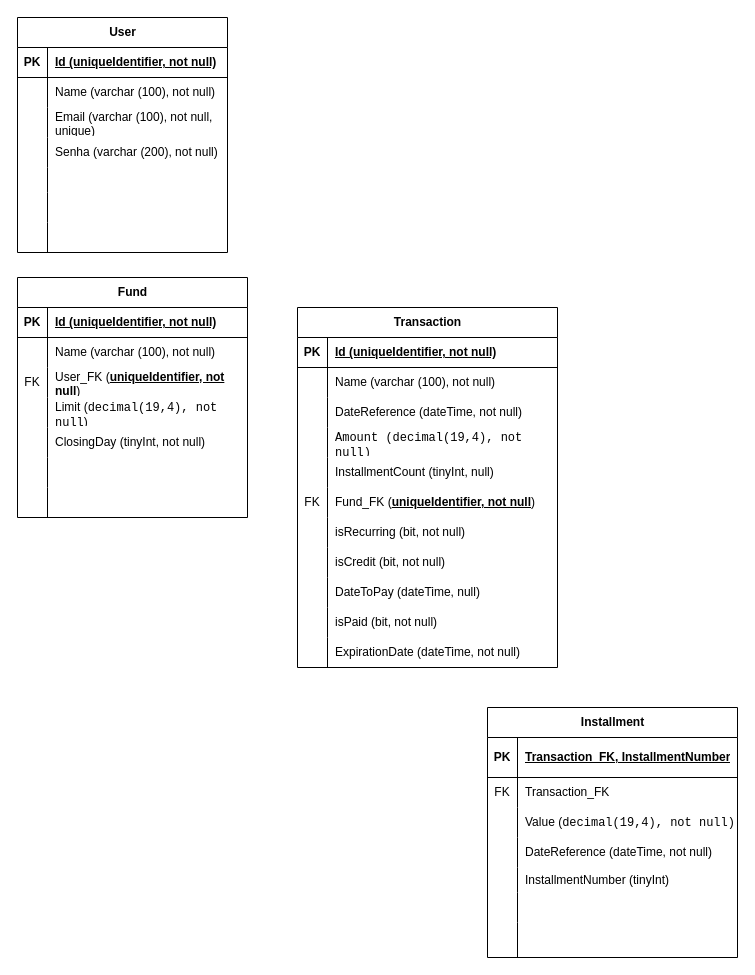
This is page "Página-1" (1 of 2) of docs/eFin.drawio from thavao/Fin, a draw.io file, before an edit. Source tidied: cells renumbered, new cells numbered last; positions are measured from the earlier drawing's top-left corner, leaving out a move shared by most shapes. Both pictures are drawn from the tidied source at 100%, with x=0, y=0 at pixel (17, 17).
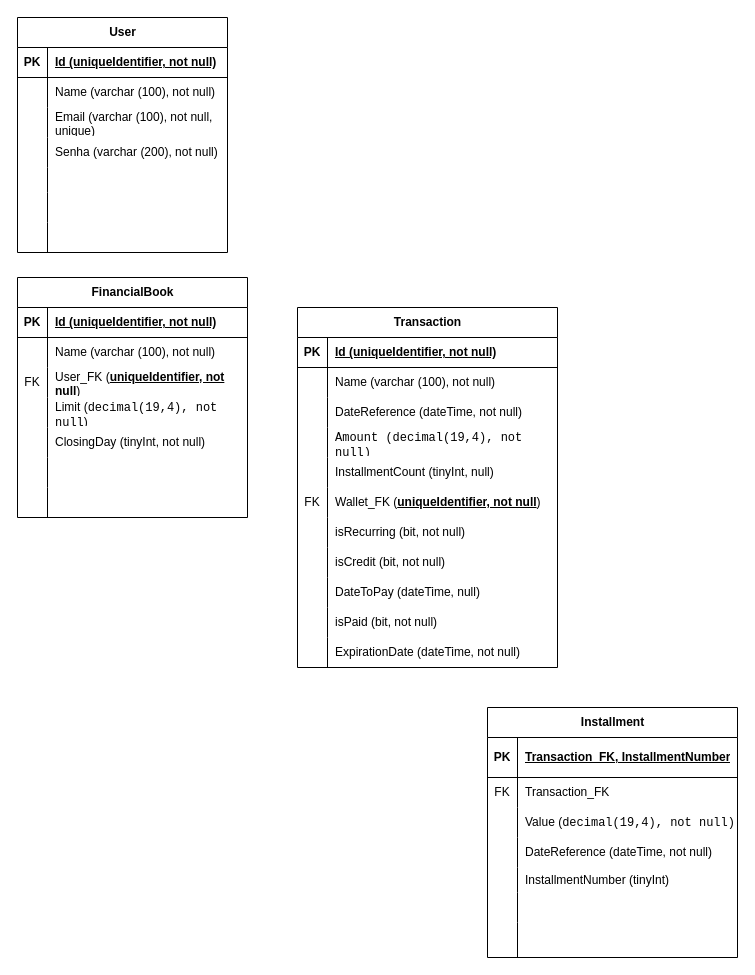
The same page after the edit.

The change refers to these unchanged cells:
```xml
<mxCell id="40" style="shape=tableRow;horizontal=0;startSize=0;swimlaneHead=0;swimlaneBody=0;fillColor=none;top=0;left=0;right=0;bottom=0;" parent="24" vertex="1">
  <mxGeometry y="180" width="260" height="30" as="geometry" />
</mxCell>
```

Diff of the diagram source:
```diff
@@
-    <mxCell id="42" value="F&lt;span style=&quot;background-color: transparent; color: light-dark(rgb(0, 0, 0), rgb(255, 255, 255));&quot;&gt;und_FK (&lt;/span&gt;&lt;span style=&quot;font-weight: 700; text-decoration: underline;&quot;&gt;uniqueIdentifier, not null&lt;/span&gt;&lt;span style=&quot;background-color: transparent; color: light-dark(rgb(0, 0, 0), rgb(255, 255, 255));&quot;&gt;)&lt;/span&gt;" style="shape=partialRectangle;fillColor=none;top=0;left=0;bottom=0;right=0;align=left;spacingLeft=6;overflow=hidden;whiteSpace=wrap;html=1;" parent="40" vertex="1">
+    <mxCell id="42" value="&lt;span style=&quot;background-color: transparent; color: light-dark(rgb(0, 0, 0), rgb(255, 255, 255));&quot;&gt;Wallet_FK (&lt;/span&gt;&lt;span style=&quot;font-weight: 700; text-decoration: underline;&quot;&gt;uniqueIdentifier, not null&lt;/span&gt;&lt;span style=&quot;background-color: transparent; color: light-dark(rgb(0, 0, 0), rgb(255, 255, 255));&quot;&gt;)&lt;/span&gt;" style="shape=partialRectangle;fillColor=none;top=0;left=0;bottom=0;right=0;align=left;spacingLeft=6;overflow=hidden;whiteSpace=wrap;html=1;" parent="40" vertex="1">
       <mxGeometry x="30" width="230" height="30" as="geometry" />
     </mxCell>
@@
-    <mxCell id="58" value="Fund" style="shape=table;startSize=30;childLayout=tableLayout;rowLines=0;fontStyle=1;align=center;html=1;" parent="1" vertex="1">
+    <mxCell id="58" value="FinancialBook" style="shape=table;startSize=30;childLayout=tableLayout;rowLines=0;fontStyle=1;align=center;html=1;" parent="1" vertex="1">
       <mxGeometry y="260" width="230" height="240" as="geometry" />
     </mxCell>
```
